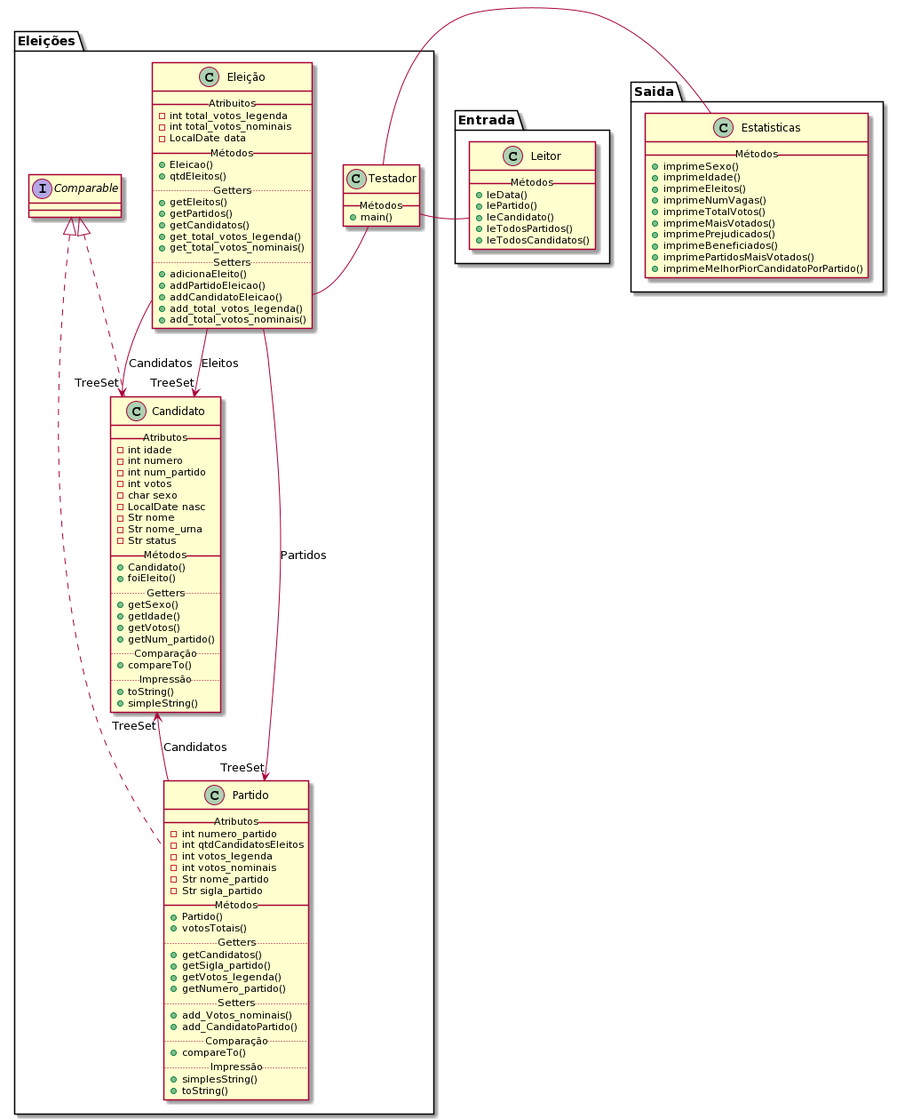
Before: UML/UML.png, a diagram exported from PlantUML (F-Azevedo/Prog3-Trabalho1). The source it was exported from:
```plantuml
@startuml
package "Eleições"{

Class Eleição{
__Atribuitos__
- int total_votos_legenda
- int total_votos_nominais
- LocalDate data
__Métodos__
+ Eleicao()
+ qtdEleitos()
.. Getters ..
+ getEleitos()
+ getPartidos()
+ getCandidatos()
+ get_total_votos_legenda()
+ get_total_votos_nominais()
.. Setters ..
+ adicionaEleito()
+ addPartidoEleicao()
+ addCandidatoEleicao()
+ add_total_votos_legenda()
+ add_total_votos_nominais()
}

Class Partido implements Comparable{
__Atributos__
- int numero_partido
- int qtdCandidatosEleitos
- int votos_legenda
- int votos_nominais
- Str nome_partido
- Str sigla_partido
__Métodos__
+ Partido()
+ votosTotais()
.. Getters ..
+ getCandidatos()
+ getSigla_partido()
+ getVotos_legenda()
+ getNumero_partido()
.. Setters ..
+ add_Votos_nominais()
+ add_CandidatoPartido()
.. Comparação ..
+ compareTo()
.. Impressão ..
+ simplesString()
+ toString()
}


Class Candidato implements Comparable{
__Atributos__
- int idade
- int numero
- int num_partido
- int votos
- char sexo
- LocalDate nasc
- Str nome
- Str nome_urna
- Str status
__Métodos__
+ Candidato()
+ foiEleito()
.. Getters ..
+ getSexo()
+ getIdade()
+ getVotos()
+ getNum_partido()
.. Comparação ..
+ compareTo()
.. Impressão ..
+ toString()
+ simpleString()
}

Class Testador{
__Métodos__
+ main()
}

}

package "Entrada"{

Class Leitor{
__Métodos__
+ leData()
+ lePartido()
+ leCandidato()
+ leTodosPartidos()
+ leTodosCandidatos()
}

}

package "Saida"{

Class Estatisticas{
__Métodos__
+ imprimeSexo()
+ imprimeIdade()
+ imprimeEleitos()
+ imprimeNumVagas()
+ imprimeTotalVotos()
+ imprimeMaisVotados()
+ imprimePrejudicados()
+ imprimeBeneficiados()
+ imprimePartidosMaisVotados()
+ imprimeMelhorPiorCandidatoPorPartido()
}

}

Testador - Eleição
Testador - Leitor
Testador - Estatisticas

Eleição --> "TreeSet" Candidato : Eleitos
Eleição --> "TreeSet" Candidato : Candidatos
Eleição --> "TreeSet" Partido : Partidos
Partido --> "TreeSet" Candidato : Candidatos

together {
 class Testador
 class Partido
 class Candidato
 class Eleição
}

Candidato -[hidden]- Partido
Partido -[hidden]- Eleição
Eleição -[hidden]- Testador
@enduml
```
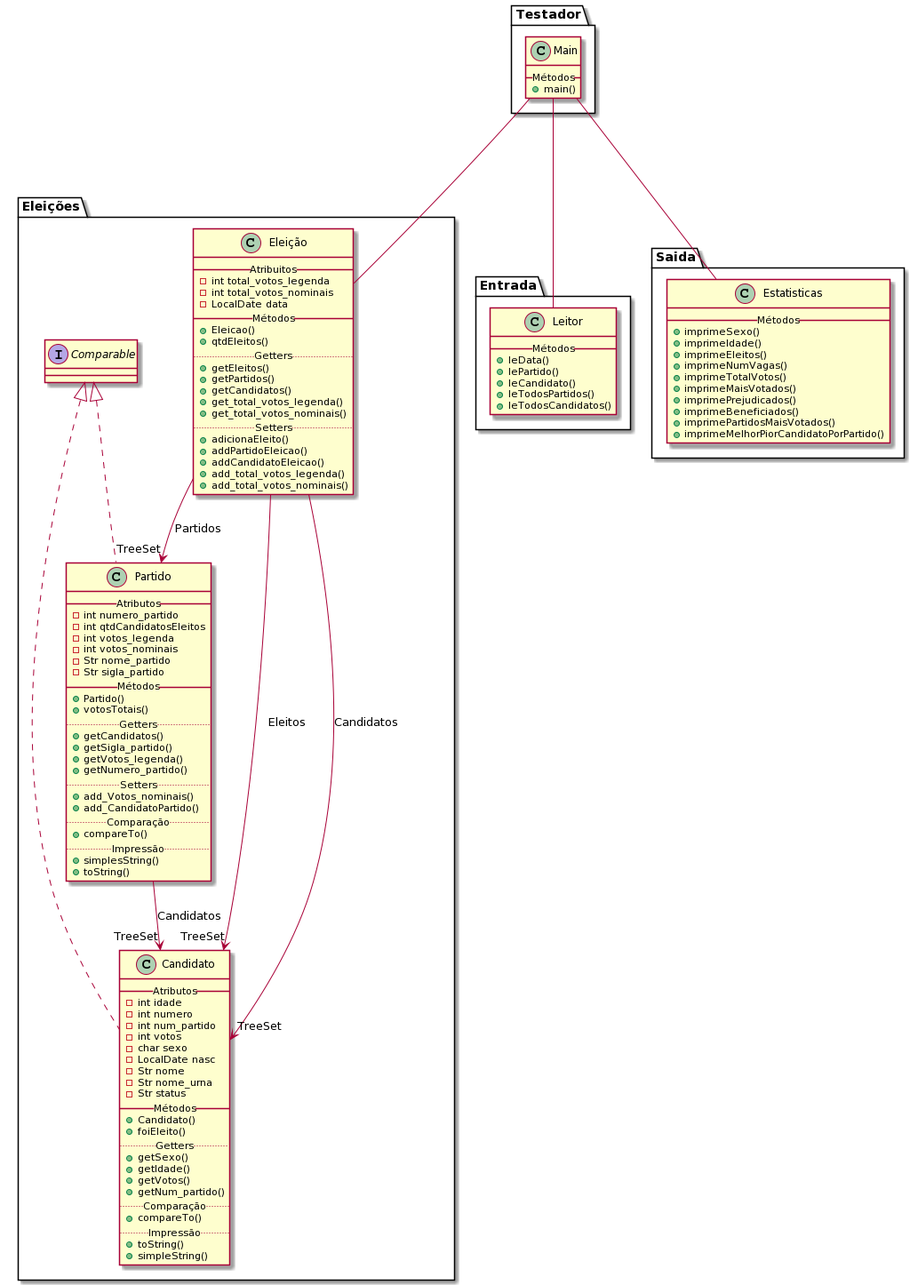
The same diagram one commit later.

The edit, as a diff of the source:
```diff
@@ -1,4 +1,13 @@
 @startuml
+package "Testador"{
+
+Class Main{
+__Métodos__
++ main()
+}
+
+}
+
 package "Eleições"{
 
 Class Eleição{
@@ -76,11 +85,6 @@
 + simpleString()
 }
 
-Class Testador{
-__Métodos__
-+ main()
-}
-
 }
 
 package "Entrada"{
@@ -114,9 +118,10 @@
 
 }
 
-Testador - Eleição
-Testador - Leitor
-Testador - Estatisticas
+Main --- Eleição
+Main --- Leitor
+Main --- Estatisticas
+
 
 Eleição --> "TreeSet" Candidato : Eleitos
 Eleição --> "TreeSet" Candidato : Candidatos
@@ -124,7 +129,6 @@
 Partido --> "TreeSet" Candidato : Candidatos
 
 together {
- class Testador
  class Partido
  class Candidato
  class Eleição
@@ -132,5 +136,4 @@
 
 Candidato -[hidden]- Partido
 Partido -[hidden]- Eleição
-Eleição -[hidden]- Testador
 @enduml
```
